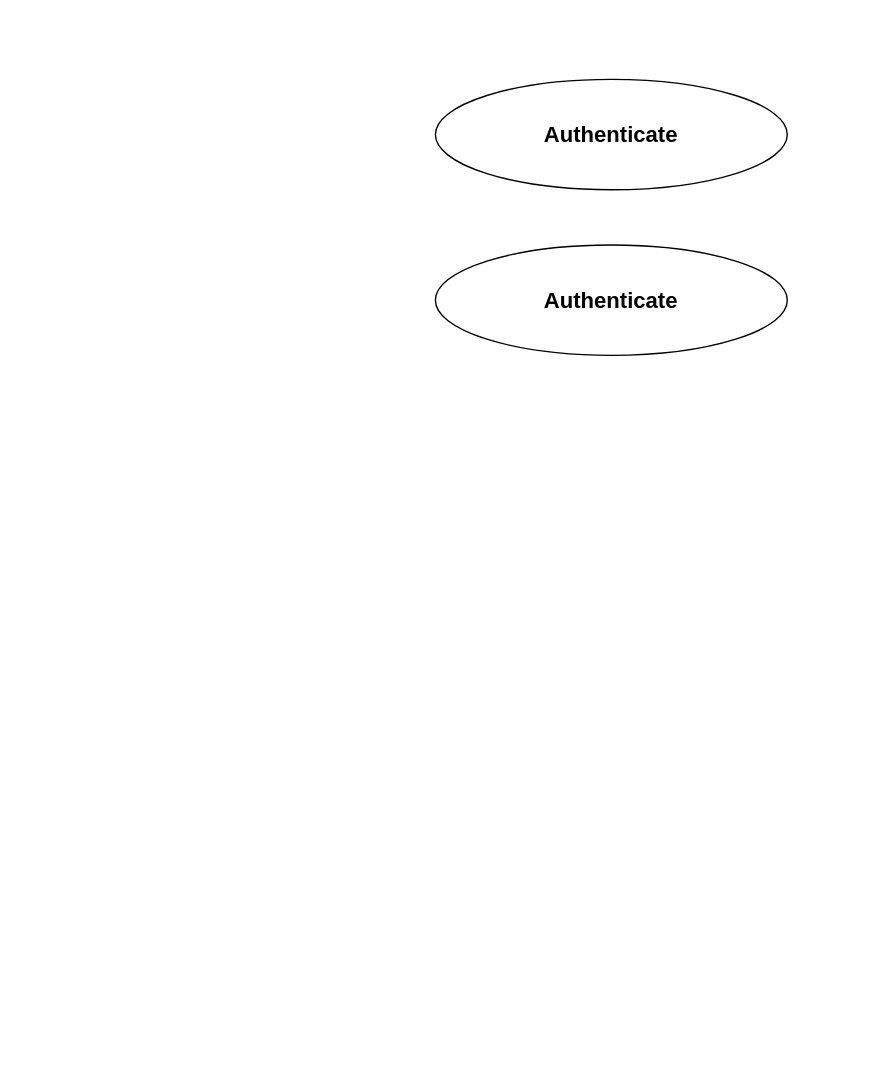
This is Untitled Diagram.drawio from AayushmaanMishra/Image_gen, a draw.io file, before an edit. Source tidied: cells renumbered, new cells numbered last; positions are measured from the earlier drawing's top-left corner, leaving out a move shared by most shapes. Both pictures are drawn from the tidied source at 138%, with x=0, y=0 at pixel (435, 79).
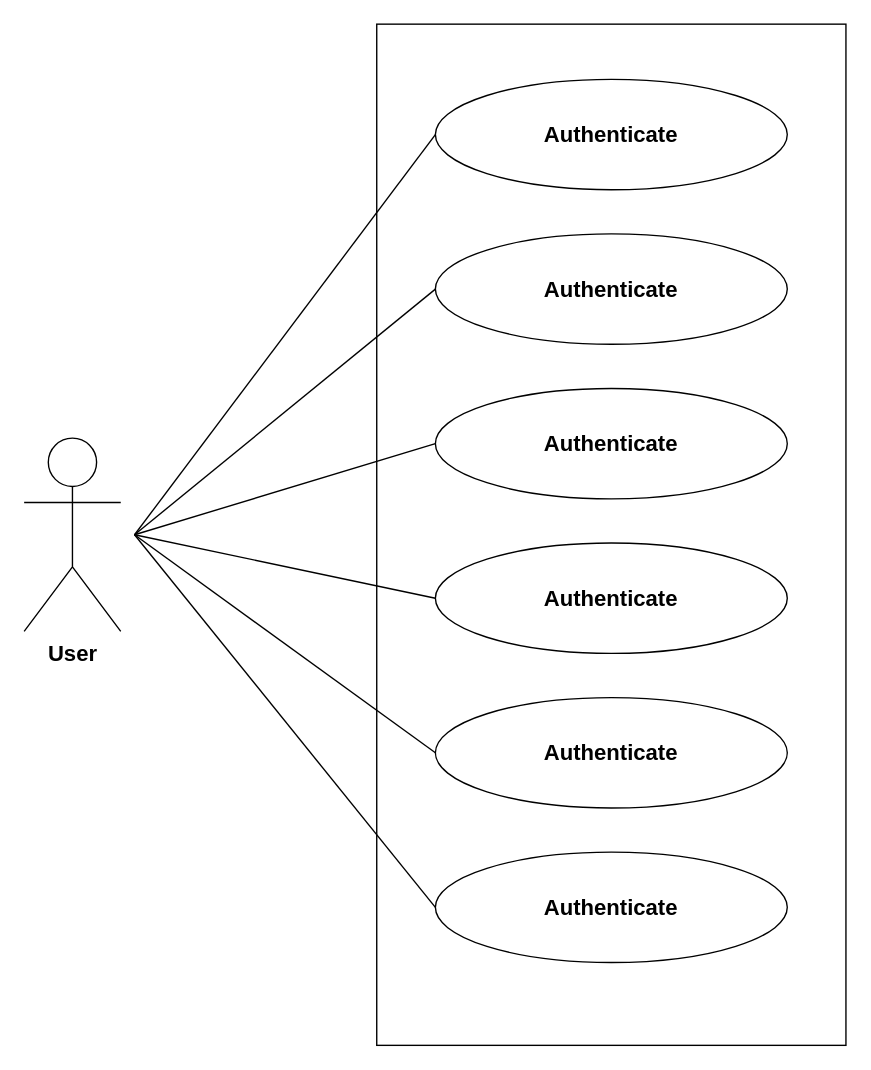
The same page after the edit.

The edit, as a diff of the source:
```diff
@@
 <mxGraphModel>
   <root>
     <mxCell id="0" />
     <mxCell id="1" parent="0" />
+    <mxCell id="4" style="rounded=0;whiteSpace=wrap;html=1;" parent="1" vertex="1">
+      <mxGeometry x="-42.5" y="-40" width="340" height="740" as="geometry" />
+    </mxCell>
     <mxCell id="2" value="&lt;font style=&quot;font-size: 16px;&quot;&gt;&lt;b&gt;Authenticate&lt;/b&gt;&lt;/font&gt;" style="ellipse;whiteSpace=wrap;html=1;" parent="1" vertex="1">
       <mxGeometry width="255" height="80" as="geometry" />
     </mxCell>
-    <mxCell id="3" value="&lt;font style=&quot;font-size: 16px;&quot;&gt;&lt;b&gt;Authenticate&lt;/b&gt;&lt;/font&gt;" style="ellipse;whiteSpace=wrap;html=1;" parent="1" vertex="1">
-      <mxGeometry y="120" width="255" height="80" as="geometry" />
-    </mxCell>
+    <mxCell id="5" value="&lt;font style=&quot;font-size: 16px;&quot;&gt;&lt;b&gt;Authenticate&lt;/b&gt;&lt;/font&gt;" style="ellipse;whiteSpace=wrap;html=1;" parent="1" vertex="1">
+      <mxGeometry y="336" width="255" height="80" as="geometry" />
+    </mxCell>
+    <mxCell id="6" value="&lt;font style=&quot;font-size: 16px;&quot;&gt;&lt;b&gt;Authenticate&lt;/b&gt;&lt;/font&gt;" style="ellipse;whiteSpace=wrap;html=1;" parent="1" vertex="1">
+      <mxGeometry y="560" width="255" height="80" as="geometry" />
+    </mxCell>
+    <mxCell id="7" value="&lt;font style=&quot;font-size: 16px;&quot;&gt;&lt;b&gt;Authenticate&lt;/b&gt;&lt;/font&gt;" style="ellipse;whiteSpace=wrap;html=1;" parent="1" vertex="1">
+      <mxGeometry y="448" width="255" height="80" as="geometry" />
+    </mxCell>
+    <mxCell id="8" value="&lt;font style=&quot;font-size: 16px;&quot;&gt;&lt;b&gt;Authenticate&lt;/b&gt;&lt;/font&gt;" style="ellipse;whiteSpace=wrap;html=1;" parent="1" vertex="1">
+      <mxGeometry y="112" width="255" height="80" as="geometry" />
+    </mxCell>
+    <mxCell id="9" value="&lt;font style=&quot;font-size: 16px;&quot;&gt;&lt;b&gt;Authenticate&lt;/b&gt;&lt;/font&gt;" style="ellipse;whiteSpace=wrap;html=1;" parent="1" vertex="1">
+      <mxGeometry y="224" width="255" height="80" as="geometry" />
+    </mxCell>
+    <mxCell id="10" value="&lt;b&gt;&lt;font style=&quot;font-size: 16px;&quot;&gt;User&lt;/font&gt;&lt;/b&gt;" style="shape=umlActor;verticalLabelPosition=bottom;verticalAlign=top;html=1;" parent="1" vertex="1">
+      <mxGeometry x="-298" y="260" width="70" height="140" as="geometry" />
+    </mxCell>
+    <mxCell id="11" style="endArrow=none;html=1;rounded=0;entryX=0;entryY=0.5;entryDx=0;entryDy=0;" parent="1" edge="1" target="2">
+      <mxGeometry relative="1" as="geometry">
+        <mxPoint x="-218" y="330" as="sourcePoint" />
+      </mxGeometry>
+    </mxCell>
+    <mxCell id="12" style="endArrow=none;html=1;rounded=0;entryX=0;entryY=0.5;entryDx=0;entryDy=0;" parent="1" edge="1" target="8">
+      <mxGeometry relative="1" as="geometry">
+        <mxPoint x="-218" y="330" as="sourcePoint" />
+      </mxGeometry>
+    </mxCell>
+    <mxCell id="13" style="endArrow=none;html=1;rounded=0;entryX=0;entryY=0.5;entryDx=0;entryDy=0;" parent="1" edge="1" target="9">
+      <mxGeometry relative="1" as="geometry">
+        <mxPoint x="-218" y="330" as="sourcePoint" />
+      </mxGeometry>
+    </mxCell>
+    <mxCell id="14" style="endArrow=none;html=1;rounded=0;entryX=0;entryY=0.5;entryDx=0;entryDy=0;" parent="1" edge="1" target="5">
+      <mxGeometry relative="1" as="geometry">
+        <mxPoint x="-218" y="330" as="sourcePoint" />
+      </mxGeometry>
+    </mxCell>
+    <mxCell id="15" style="endArrow=none;html=1;rounded=0;entryX=0;entryY=0.5;entryDx=0;entryDy=0;" parent="1" edge="1" target="7">
+      <mxGeometry relative="1" as="geometry">
+        <mxPoint x="-218" y="330" as="sourcePoint" />
+      </mxGeometry>
+    </mxCell>
+    <mxCell id="16" style="endArrow=none;html=1;rounded=0;entryX=0;entryY=0.5;entryDx=0;entryDy=0;" parent="1" edge="1" target="6">
+      <mxGeometry relative="1" as="geometry">
+        <mxPoint x="-218" y="330" as="sourcePoint" />
+      </mxGeometry>
+    </mxCell>
   </root>
 </mxGraphModel>
```
